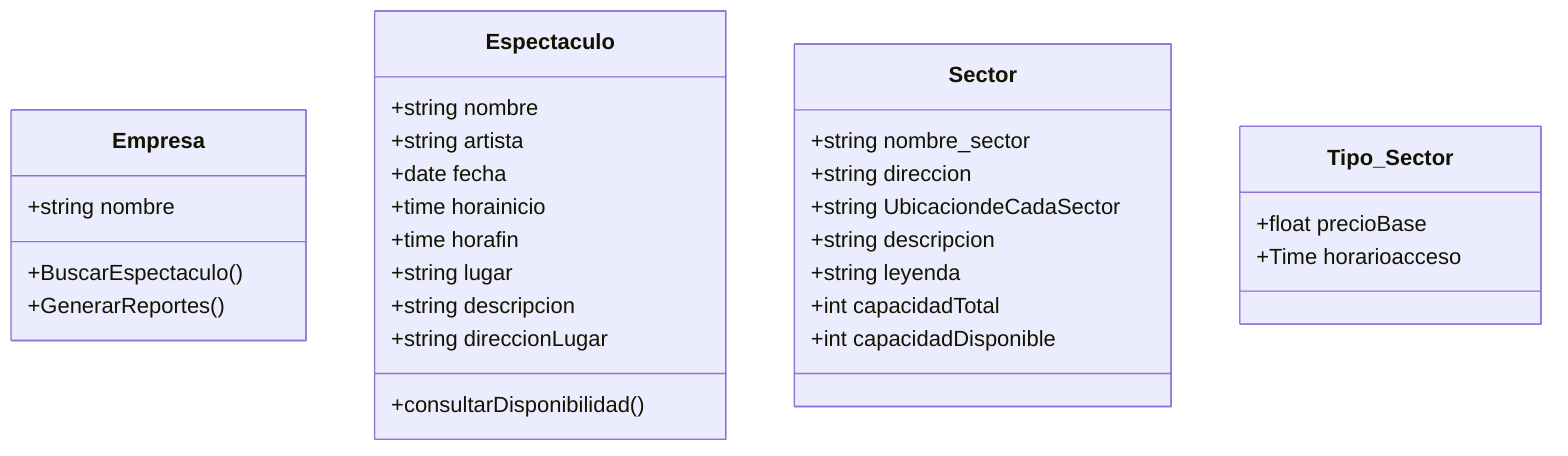
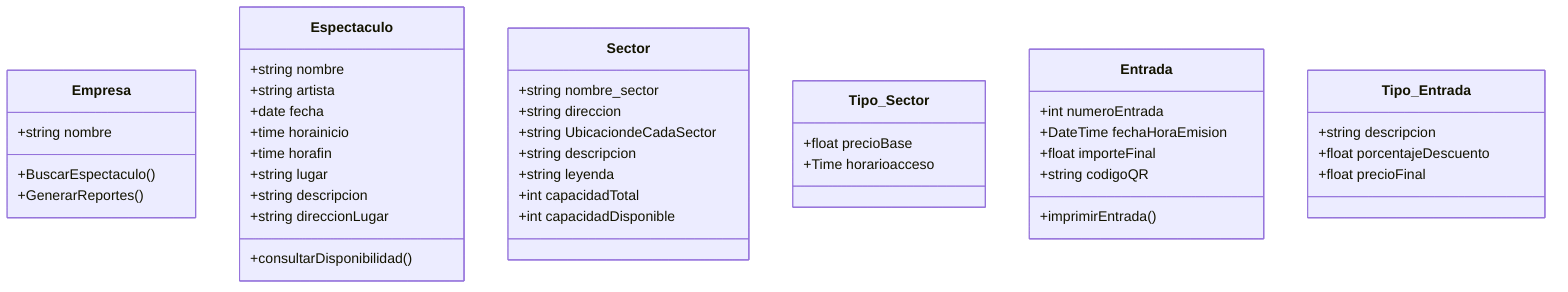
classDiagram
    class Empresa {
        +string nombre
        +BuscarEspectaculo()
        +GenerarReportes()
        }

    class Espectaculo {
        +string nombre
        +string artista
        +date fecha
        +time horainicio
        +time horafin
        +string lugar
        +string descripcion
        +string direccionLugar
        +consultarDisponibilidad()
    }

    class Sector {
        +string nombre_sector
        +string direccion
        +string UbicaciondeCadaSector
        +string  descripcion
        +string leyenda
        +int capacidadTotal
        +int capacidadDisponible

    }

    class Tipo_Sector {
        +float precioBase
        +Time horarioacceso
+ 
    }

+     class Entrada {
+         +int numeroEntrada
+         +DateTime fechaHoraEmision
+         +float importeFinal
+         +string codigoQR
+         +imprimirEntrada()
+     }
+ 
+     class Tipo_Entrada {
+         +string descripcion
+         +float porcentajeDescuento
+         +float precioFinal
+     }
